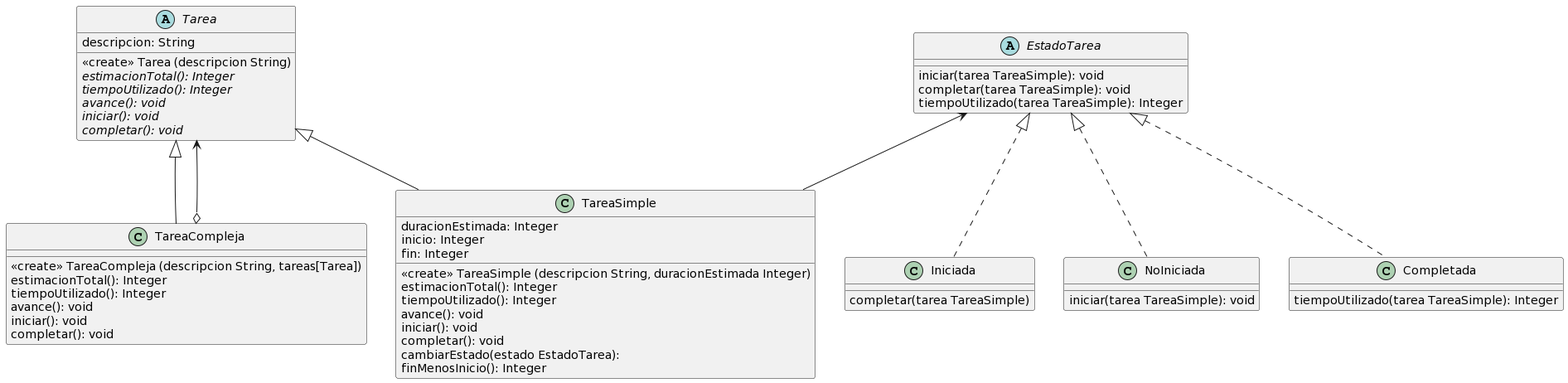
Before: parcial2_tareas/src/parcial2_tarea_uml.png, a diagram exported from PlantUML (elvalsdelaluz/oo2-tps). Source of this version:
```plantuml
@startuml
skinparam classAttributeIconSize 0
abstract class Tarea{
  descripcion: String
  <<create>> Tarea (descripcion String)
  {abstract} estimacionTotal(): Integer
  {abstract} tiempoUtilizado(): Integer
  {abstract} avance(): void
  {abstract} iniciar(): void
  {abstract} completar(): void

}

class TareaSimple{
  duracionEstimada: Integer
  inicio: Integer
  fin: Integer

  <<create>> TareaSimple (descripcion String, duracionEstimada Integer)
  estimacionTotal(): Integer
  tiempoUtilizado(): Integer
  avance(): void
  iniciar(): void
  completar(): void
  cambiarEstado(estado EstadoTarea):
  finMenosInicio(): Integer
}

class TareaCompleja{
  <<create>> TareaCompleja (descripcion String, tareas[Tarea])
  estimacionTotal(): Integer
  tiempoUtilizado(): Integer
  avance(): void
  iniciar(): void
  completar(): void
}

abstract EstadoTarea {
  iniciar(tarea TareaSimple): void
  completar(tarea TareaSimple): void
  tiempoUtilizado(tarea TareaSimple): Integer


}

class Iniciada {
  completar(tarea TareaSimple)
}

class NoIniciada {
  iniciar(tarea TareaSimple): void

}

class Completada {
  tiempoUtilizado(tarea TareaSimple): Integer

}





Tarea <|-- TareaSimple
Tarea <|-- TareaCompleja
TareaCompleja o--> Tarea
EstadoTarea <-- TareaSimple
EstadoTarea <|.. NoIniciada
EstadoTarea <|.. Iniciada
EstadoTarea <|.. Completada
@enduml
```
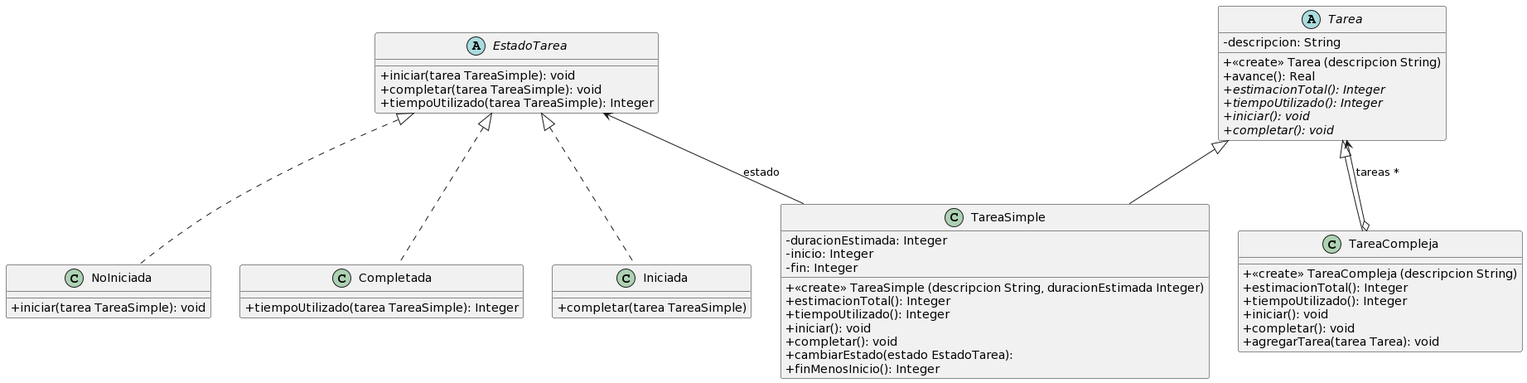
The same diagram one commit later.

Commit message:
Correcciones: el método avance es concreto y es una plantilla.

What changed in the source:
```diff
@@ -1,60 +1,55 @@
 @startuml
 skinparam classAttributeIconSize 0
 abstract class Tarea{
-  descripcion: String
-  <<create>> Tarea (descripcion String)
-  {abstract} estimacionTotal(): Integer
-  {abstract} tiempoUtilizado(): Integer
-  {abstract} avance(): void
-  {abstract} iniciar(): void
-  {abstract} completar(): void
+ - descripcion: String
+ + <<create>> Tarea (descripcion String)
+  + avance(): Real
+ + {abstract} estimacionTotal(): Integer
+ + {abstract} tiempoUtilizado(): Integer
+ + {abstract} iniciar(): void
+ + {abstract} completar(): void
 
 }
 
 class TareaSimple{
-  duracionEstimada: Integer
-  inicio: Integer
-  fin: Integer
+ - duracionEstimada: Integer
+ - inicio: Integer
+ - fin: Integer
 
-  <<create>> TareaSimple (descripcion String, duracionEstimada Integer)
-  estimacionTotal(): Integer
-  tiempoUtilizado(): Integer
-  avance(): void
-  iniciar(): void
-  completar(): void
-  cambiarEstado(estado EstadoTarea):
-  finMenosInicio(): Integer
+ + <<create>> TareaSimple (descripcion String, duracionEstimada Integer)
+ + estimacionTotal(): Integer
+ + tiempoUtilizado(): Integer
+ + iniciar(): void
+ + completar(): void
+ + cambiarEstado(estado EstadoTarea):
+ + finMenosInicio(): Integer
 }
 
 class TareaCompleja{
-  <<create>> TareaCompleja (descripcion String, tareas[Tarea])
-  estimacionTotal(): Integer
-  tiempoUtilizado(): Integer
-  avance(): void
-  iniciar(): void
-  completar(): void
+ + <<create>> TareaCompleja (descripcion String)
+ + estimacionTotal(): Integer
+ + tiempoUtilizado(): Integer
+ + iniciar(): void
+ + completar(): void
+ + agregarTarea(tarea Tarea): void
 }
 
 abstract EstadoTarea {
-  iniciar(tarea TareaSimple): void
-  completar(tarea TareaSimple): void
-  tiempoUtilizado(tarea TareaSimple): Integer
-
-
+ + iniciar(tarea TareaSimple): void
+ + completar(tarea TareaSimple): void
+ + tiempoUtilizado(tarea TareaSimple): Integer
 }
 
 class Iniciada {
-  completar(tarea TareaSimple)
+ + completar(tarea TareaSimple)
 }
 
 class NoIniciada {
-  iniciar(tarea TareaSimple): void
-
+ + iniciar(tarea TareaSimple): void
 }
 
 class Completada {
-  tiempoUtilizado(tarea TareaSimple): Integer
-
+ + tiempoUtilizado(tarea TareaSimple): Integer
 }
 
 
@@ -63,8 +58,8 @@
 
 Tarea <|-- TareaSimple
 Tarea <|-- TareaCompleja
-TareaCompleja o--> Tarea
-EstadoTarea <-- TareaSimple
+TareaCompleja o--> Tarea: "tareas *"
+EstadoTarea <-- TareaSimple: "estado"
 EstadoTarea <|.. NoIniciada
 EstadoTarea <|.. Iniciada
 EstadoTarea <|.. Completada
```
